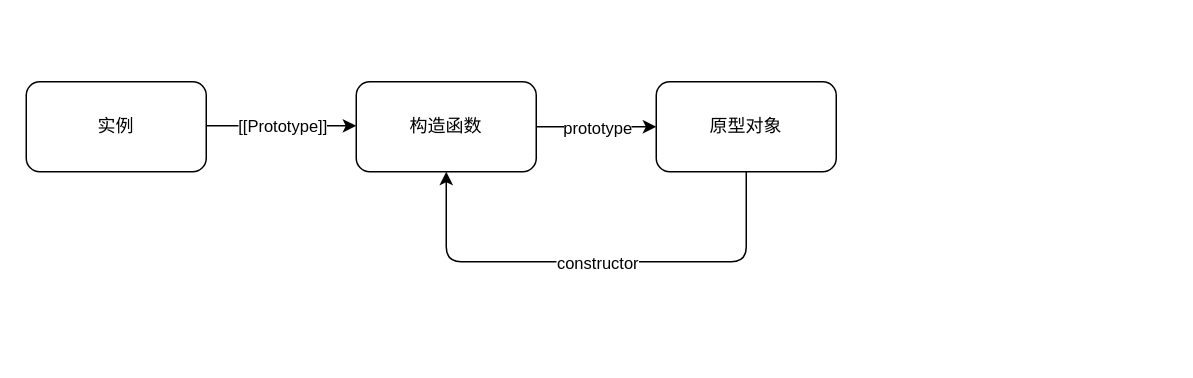
The draw.io diagram JavaScript/原型与原型链/构造函数、原型对象、实例关系.drawio in YoungMandy/Web-Front, before the edit. Source tidied: cells renumbered, new cells numbered last; positions are measured from the earlier drawing's top-left corner, leaving out a move shared by most shapes. Both pictures are drawn from the tidied source at 150%, with x=0, y=0 at pixel (26, 81).
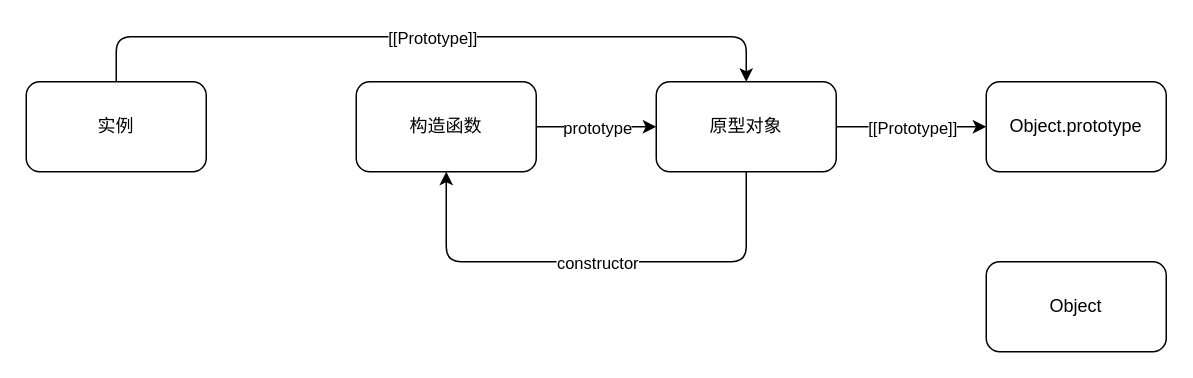
The same diagram, later.

Commit message (it also covers changes not shown here):
docs: 增加原型与构造函数之间关系的图

Diff of the diagram source:
```diff
@@
 <mxGraphModel>
   <root>
     <mxCell id="0" />
     <mxCell id="1" parent="0" />
     <mxCell id="2" value="构造函数" style="rounded=1;whiteSpace=wrap;html=1;" parent="1" vertex="1">
       <mxGeometry x="220" width="120" height="60" as="geometry" />
     </mxCell>
     <mxCell id="3" value="实例" style="rounded=1;whiteSpace=wrap;html=1;" parent="1" vertex="1">
       <mxGeometry width="120" height="60" as="geometry" />
     </mxCell>
     <mxCell id="4" value="原型对象" style="rounded=1;whiteSpace=wrap;html=1;" parent="1" vertex="1">
       <mxGeometry x="420" width="120" height="60" as="geometry" />
     </mxCell>
     <mxCell id="5" style="endArrow=classic;html=1;entryX=0;entryY=0.5;entryDx=0;entryDy=0;exitX=1;exitY=0.5;exitDx=0;exitDy=0;" parent="1" edge="1" source="2" target="4">
       <mxGeometry relative="1" as="geometry" />
     </mxCell>
     <mxCell id="6" value="prototype" style="edgeLabel;html=1;align=center;verticalAlign=middle;" parent="5" vertex="1">
       <mxGeometry relative="1" as="geometry" />
     </mxCell>
-    <mxCell id="7" style="endArrow=classic;html=1;" parent="1" edge="1">
+    <mxCell id="7" style="endArrow=classic;html=1;entryX=0.5;entryY=0;entryDx=0;entryDy=0;exitX=0.5;exitY=0;exitDx=0;exitDy=0;" parent="1" edge="1" source="3" target="4">
       <mxGeometry relative="1" as="geometry">
-        <mxPoint x="120" y="29.4" as="sourcePoint" />
-        <mxPoint x="220" y="29.4" as="targetPoint" />
+        <Array as="points">
+          <mxPoint x="60" y="-30" />
+          <mxPoint x="480" y="-30" />
+        </Array>
       </mxGeometry>
     </mxCell>
     <mxCell id="8" value="[[Prototype]]" style="edgeLabel;html=1;align=center;verticalAlign=middle;" parent="7" vertex="1">
       <mxGeometry relative="1" as="geometry" />
     </mxCell>
     <mxCell id="9" style="endArrow=classic;html=1;exitX=0.5;exitY=1;exitDx=0;exitDy=0;entryX=0.5;entryY=1;entryDx=0;entryDy=0;" parent="1" edge="1" source="4" target="2">
       <mxGeometry relative="1" as="geometry">
         <Array as="points">
           <mxPoint x="480" y="120" />
           <mxPoint x="280" y="120" />
         </Array>
       </mxGeometry>
     </mxCell>
     <mxCell id="10" value="constructor" style="edgeLabel;html=1;align=center;verticalAlign=middle;" parent="9" vertex="1">
       <mxGeometry relative="1" as="geometry" />
     </mxCell>
+    <mxCell id="11" value="Object.prototype" style="rounded=1;whiteSpace=wrap;html=1;" parent="1" vertex="1">
+      <mxGeometry x="640" width="120" height="60" as="geometry" />
+    </mxCell>
+    <mxCell id="12" value="Object" style="rounded=1;whiteSpace=wrap;html=1;" parent="1" vertex="1">
+      <mxGeometry x="640" y="120" width="120" height="60" as="geometry" />
+    </mxCell>
+    <mxCell id="13" style="endArrow=classic;html=1;" parent="1" edge="1">
+      <mxGeometry relative="1" as="geometry">
+        <mxPoint x="540" y="30" as="sourcePoint" />
+        <mxPoint x="640" y="30" as="targetPoint" />
+      </mxGeometry>
+    </mxCell>
+    <mxCell id="14" value="[[Prototype]]" style="edgeLabel;html=1;align=center;verticalAlign=middle;" parent="13" vertex="1">
+      <mxGeometry relative="1" as="geometry" />
+    </mxCell>
   </root>
 </mxGraphModel>
```
